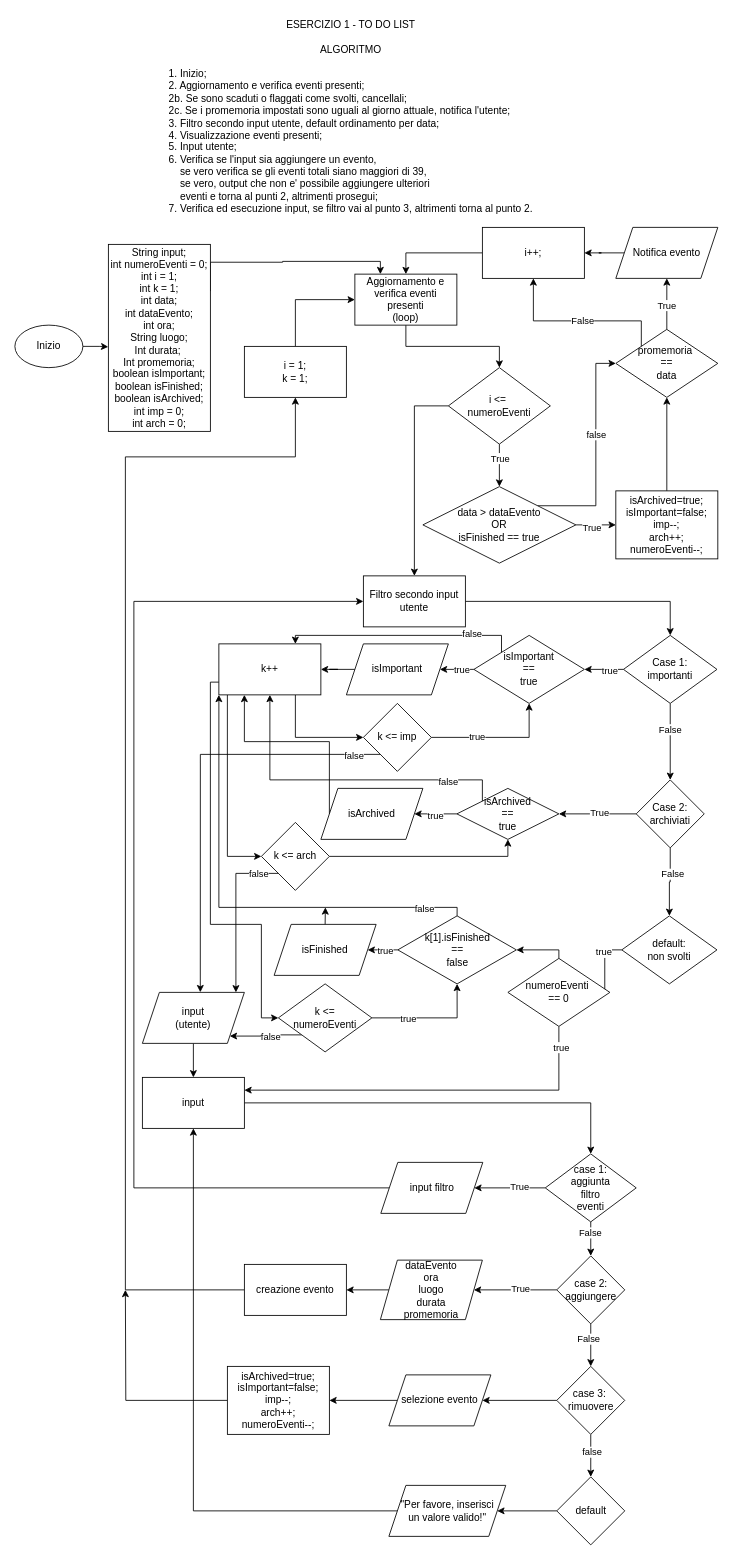
Earlier version of the draw.io diagram to-do-list.drawio (Aislir/BitCamp). Source tidied: cells renumbered, new cells numbered last; positions are measured from the earlier drawing's top-left corner, leaving out a move shared by most shapes. Both pictures are drawn from the tidied source at 85%, with x=0, y=0 at pixel (14, 14).
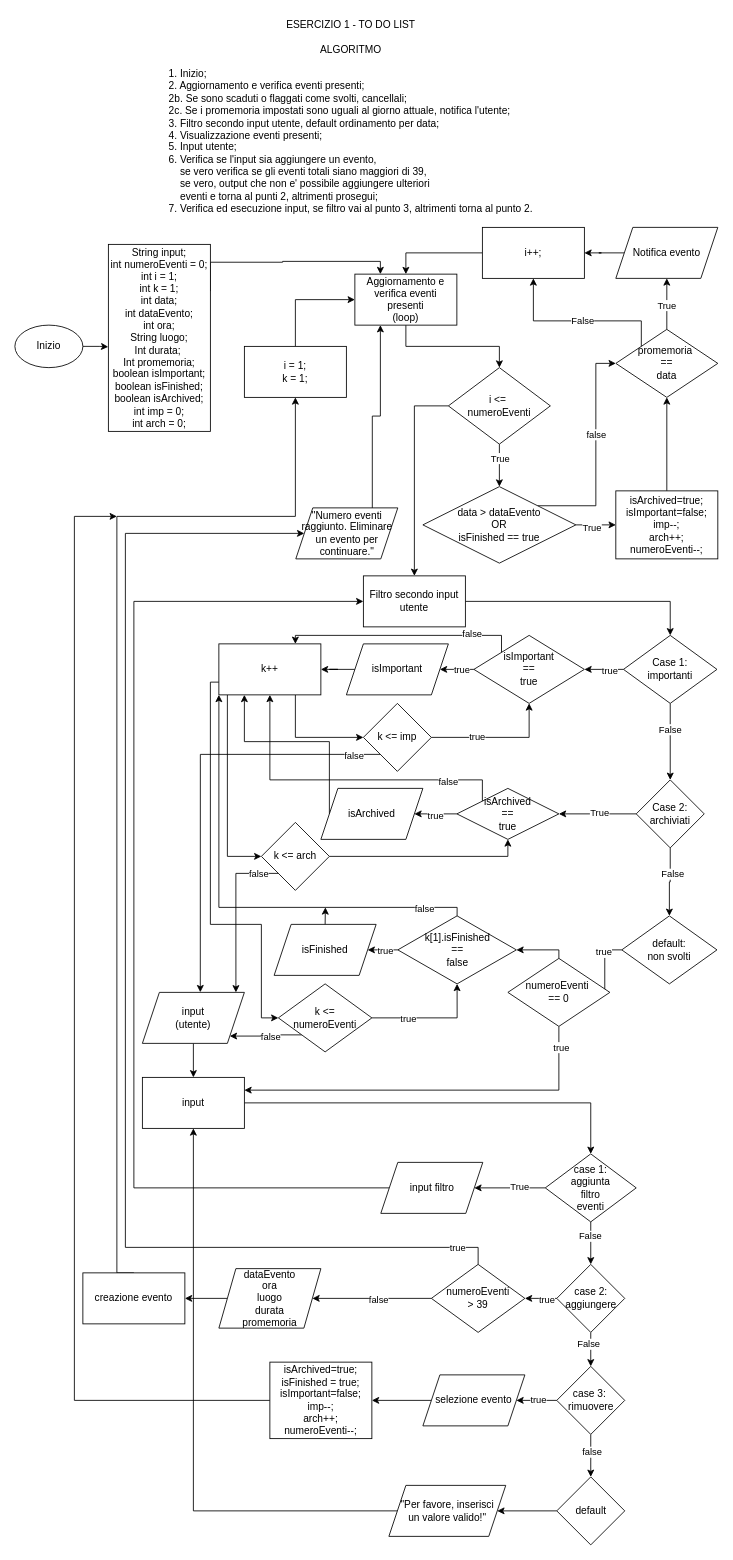
After the change.

Unchanged cells that the change refers to:
```xml
<mxCell id="8" value="Aggiornamento e verifica eventi presenti&lt;div&gt;(loop)&lt;/div&gt;" style="whiteSpace=wrap;html=1;" parent="1" vertex="1">
  <mxGeometry x="400" y="305" width="120" height="60" as="geometry" />
</mxCell>
<mxCell id="38" style="edgeStyle=orthogonalEdgeStyle;rounded=0;jettySize=auto;html=1;" parent="1" edge="1" source="39" target="120">
  <mxGeometry relative="1" as="geometry" />
</mxCell>
<mxCell id="74" value="i = 1;&lt;div&gt;k = 1;&lt;/div&gt;" style="whiteSpace=wrap;html=1;" parent="1" vertex="1">
  <mxGeometry x="270" y="390" width="120" height="60" as="geometry" />
</mxCell>
```

What changed in the source:
```diff
@@
-    <mxCell id="29" style="edgeStyle=orthogonalEdgeStyle;rounded=0;jettySize=auto;html=1;" parent="1" edge="1" source="33" target="35">
-      <mxGeometry relative="1" as="geometry" />
-    </mxCell>
-    <mxCell id="30" value="True" style="edgeLabel;html=1;align=center;verticalAlign=middle;" parent="29" vertex="1">
-      <mxGeometry x="-0.11" y="-2" relative="1" as="geometry" />
-    </mxCell>
@@
+    <mxCell id="121" style="edgeStyle=orthogonalEdgeStyle;rounded=0;jettySize=auto;html=1;" parent="1" edge="1" source="33" target="129">
+      <mxGeometry relative="1" as="geometry" />
+    </mxCell>
+    <mxCell id="122" value="true" style="edgeLabel;html=1;align=center;verticalAlign=middle;" parent="121" vertex="1">
+      <mxGeometry x="-0.45" y="1" relative="1" as="geometry" />
+    </mxCell>
     <mxCell id="33" value="case 2:&lt;div&gt;aggiungere&lt;/div&gt;" style="rhombus;whiteSpace=wrap;html=1;" parent="1" vertex="1">
-      <mxGeometry x="637.5" y="1460" width="80" height="80" as="geometry" />
+      <mxGeometry x="637.5" y="1470" width="80" height="80" as="geometry" />
     </mxCell>
@@
     <mxCell id="35" value="dataEvento&lt;div&gt;ora&lt;/div&gt;&lt;div&gt;luogo&lt;/div&gt;&lt;div&gt;durata&lt;/div&gt;&lt;div&gt;promemoria&lt;/div&gt;" style="shape=parallelogram;perimeter=parallelogramPerimeter;whiteSpace=wrap;html=1;fixedSize=1;" parent="1" vertex="1">
-      <mxGeometry x="430" y="1465" width="120" height="70" as="geometry" />
+      <mxGeometry x="240" y="1475" width="120" height="70" as="geometry" />
     </mxCell>
@@
+    <mxCell id="123" value="true" style="edgeLabel;html=1;align=center;verticalAlign=middle;" parent="38" vertex="1">
+      <mxGeometry x="0.04" y="-1" relative="1" as="geometry" />
+    </mxCell>
@@
-    <mxCell id="40" style="edgeStyle=orthogonalEdgeStyle;rounded=0;jettySize=auto;html=1;exitX=0;exitY=0.5;exitDx=0;exitDy=0;entryX=0.5;entryY=1;entryDx=0;entryDy=0;" parent="1" edge="1" source="41" target="74">
+    <mxCell id="40" style="edgeStyle=orthogonalEdgeStyle;rounded=0;jettySize=auto;html=1;exitX=0.5;exitY=0;exitDx=0;exitDy=0;entryX=0.5;entryY=1;entryDx=0;entryDy=0;" parent="1" edge="1" source="41" target="74">
       <mxGeometry relative="1" as="geometry">
         <Array as="points">
-          <mxPoint x="130" y="1500" />
-          <mxPoint x="130" y="520" />
-          <mxPoint x="330" y="520" />
+          <mxPoint x="120" y="1480" />
+          <mxPoint x="120" y="590" />
+          <mxPoint x="330" y="590" />
         </Array>
       </mxGeometry>
     </mxCell>
     <mxCell id="41" value="creazione evento" style="whiteSpace=wrap;html=1;" parent="1" vertex="1">
-      <mxGeometry x="270" y="1470" width="120" height="60" as="geometry" />
+      <mxGeometry x="80" y="1480" width="120" height="60" as="geometry" />
     </mxCell>
-    <mxCell id="42" style="edgeStyle=orthogonalEdgeStyle;rounded=0;jettySize=auto;html=1;exitX=0;exitY=0.5;exitDx=0;exitDy=0;" parent="1" edge="1" source="43">
-      <mxGeometry relative="1" as="geometry">
-        <mxPoint x="130" y="1500" as="targetPoint" />
-      </mxGeometry>
-    </mxCell>
+    <mxCell id="124" style="edgeStyle=orthogonalEdgeStyle;rounded=0;jettySize=auto;html=1;exitX=0;exitY=0.5;exitDx=0;exitDy=0;" parent="1" edge="1" source="43">
+      <mxGeometry relative="1" as="geometry">
+        <mxPoint x="120" y="590" as="targetPoint" />
+        <Array as="points">
+          <mxPoint x="70" y="1630" />
+        </Array>
+      </mxGeometry>
+    </mxCell>
-    <mxCell id="43" value="isArchived=true;&lt;div&gt;isImportant=false;&lt;/div&gt;&lt;div&gt;imp--;&lt;/div&gt;&lt;div&gt;arch++;&lt;br&gt;&lt;div&gt;numeroEventi--;&lt;/div&gt;&lt;/div&gt;" style="whiteSpace=wrap;html=1;" parent="1" vertex="1">
-      <mxGeometry x="250" y="1590" width="120" height="80" as="geometry" />
+    <mxCell id="43" value="isArchived=true;&lt;div&gt;isFinished = true;&lt;br&gt;&lt;div&gt;isImportant=false;&lt;/div&gt;&lt;div&gt;imp--;&lt;/div&gt;&lt;div&gt;arch++;&lt;br&gt;&lt;div&gt;numeroEventi--;&lt;/div&gt;&lt;/div&gt;&lt;/div&gt;" style="whiteSpace=wrap;html=1;" parent="1" vertex="1">
+      <mxGeometry x="300" y="1585" width="120" height="90" as="geometry" />
     </mxCell>
@@
     <mxCell id="120" value="selezione evento" style="shape=parallelogram;perimeter=parallelogramPerimeter;whiteSpace=wrap;html=1;fixedSize=1;" parent="1" vertex="1">
-      <mxGeometry x="440" y="1600" width="120" height="60" as="geometry" />
+      <mxGeometry x="480" y="1600" width="120" height="60" as="geometry" />
     </mxCell>
+    <mxCell id="125" style="edgeStyle=orthogonalEdgeStyle;rounded=0;jettySize=auto;html=1;entryX=0;entryY=0.5;entryDx=0;entryDy=0;exitX=0.5;exitY=0;exitDx=0;exitDy=0;" parent="1" edge="1" source="129" target="131">
+      <mxGeometry relative="1" as="geometry">
+        <Array as="points">
+          <mxPoint x="545" y="1450" />
+          <mxPoint x="130" y="1450" />
+          <mxPoint x="130" y="610" />
+        </Array>
+      </mxGeometry>
+    </mxCell>
+    <mxCell id="126" value="true" style="edgeLabel;html=1;align=center;verticalAlign=middle;" parent="125" vertex="1">
+      <mxGeometry x="-0.94" relative="1" as="geometry" />
+    </mxCell>
+    <mxCell id="127" style="edgeStyle=orthogonalEdgeStyle;rounded=0;jettySize=auto;html=1;exitX=0;exitY=0.5;exitDx=0;exitDy=0;entryX=1;entryY=0.5;entryDx=0;entryDy=0;" parent="1" edge="1" source="129" target="35">
+      <mxGeometry relative="1" as="geometry" />
+    </mxCell>
+    <mxCell id="128" value="false" style="edgeLabel;html=1;align=center;verticalAlign=middle;" parent="127" vertex="1">
+      <mxGeometry x="-0.1" y="1" relative="1" as="geometry" />
+    </mxCell>
+    <mxCell id="129" value="numeroEventi&lt;div&gt;&amp;gt; 39&lt;/div&gt;" style="rhombus;whiteSpace=wrap;html=1;" parent="1" vertex="1">
+      <mxGeometry x="490" y="1470" width="110" height="80" as="geometry" />
+    </mxCell>
+    <mxCell id="130" style="edgeStyle=orthogonalEdgeStyle;rounded=0;jettySize=auto;html=1;entryX=0.25;entryY=1;entryDx=0;entryDy=0;exitX=0.75;exitY=0;exitDx=0;exitDy=0;" parent="1" edge="1" source="131" target="8">
+      <mxGeometry relative="1" as="geometry">
+        <Array as="points">
+          <mxPoint x="420" y="472" />
+          <mxPoint x="430" y="472" />
+        </Array>
+      </mxGeometry>
+    </mxCell>
+    <mxCell id="131" value="&quot;Numero eventi raggiunto. Eliminare&lt;div&gt;un evento per continuare.&quot;&lt;/div&gt;" style="shape=parallelogram;perimeter=parallelogramPerimeter;whiteSpace=wrap;html=1;fixedSize=1;" parent="1" vertex="1">
+      <mxGeometry x="330.5" y="580" width="120" height="60" as="geometry" />
+    </mxCell>
```
